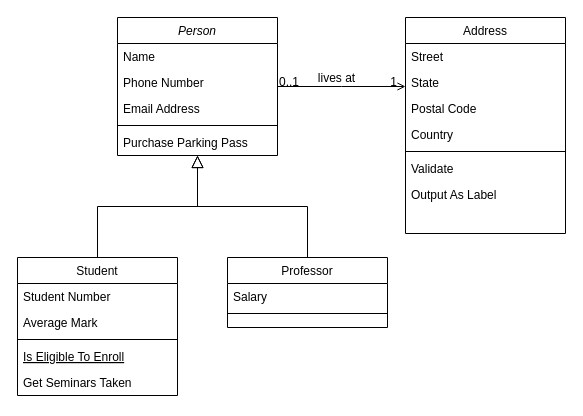
The draw.io diagram Untitled Diagram.drawio in KoyoIshikawa/draw_io, before the edit. Source tidied: cells renumbered, new cells numbered last; positions are measured from the earlier drawing's top-left corner, leaving out a move shared by most shapes. Both pictures are drawn from the tidied source at 100%, with x=0, y=0 at pixel (17, 17).
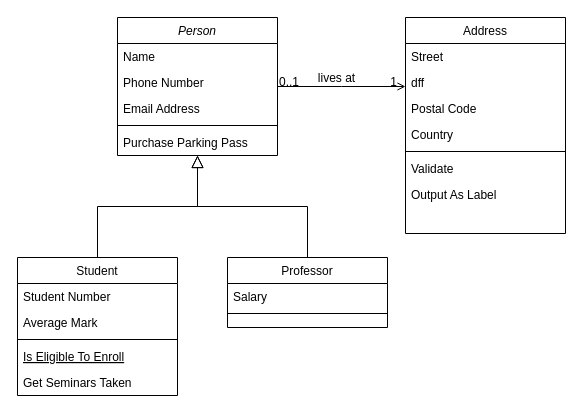
The same diagram, later.

Unchanged cells that the change refers to:
```xml
<mxCell id="19" value="Address" style="swimlane;fontStyle=0;align=center;verticalAlign=top;horizontal=1;startSize=26;rounded=0;shadow=0;strokeWidth=1;" parent="1" vertex="1">
  <mxGeometry x="388" width="160" height="216" as="geometry" />
</mxCell>
```

Change to the diagram source:
```diff
@@
-    <mxCell id="21" value="State" style="text;align=left;verticalAlign=top;spacingLeft=4;spacingRight=4;overflow=hidden;rounded=0;shadow=0;html=0;" parent="19" vertex="1">
+    <mxCell id="21" value="dff&#10;" style="text;align=left;verticalAlign=top;spacingLeft=4;spacingRight=4;overflow=hidden;rounded=0;shadow=0;html=0;" parent="19" vertex="1">
       <mxGeometry y="52" width="160" height="26" as="geometry" />
     </mxCell>
```
